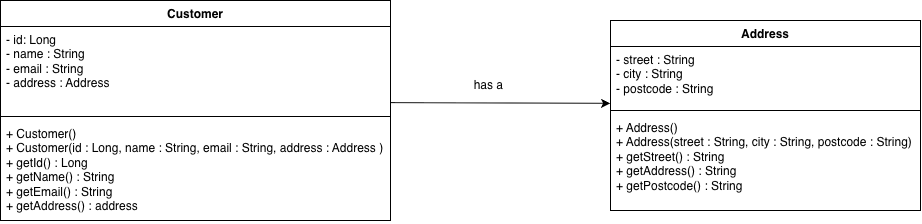
This is docs/uml/CustomerAddress.png from Onija-Dissanayake/products-api, a draw.io export, as it was before one commit. Source tidied: cells renumbered, new cells last; positions are measured from the earlier drawing's top-left corner, leaving out a move shared by most shapes. Source of this version:
```xml
<mxGraphModel>
  <root>
    <mxCell id="0" />
    <mxCell id="1" parent="0" />
    <mxCell id="2" value="Customer" style="swimlane;fontStyle=1;align=center;verticalAlign=top;horizontal=1;startSize=26;whiteSpace=wrap;html=1;" parent="1" vertex="1">
      <mxGeometry width="390" height="220" as="geometry" />
    </mxCell>
    <mxCell id="3" value="- id: Long&lt;div&gt;- name : String&lt;/div&gt;&lt;div&gt;- email : String&lt;/div&gt;&lt;div&gt;- address : Address&lt;/div&gt;" style="text;strokeColor=none;fillColor=none;align=left;verticalAlign=top;spacingLeft=4;spacingRight=4;overflow=hidden;points=[[0,0.5],[1,0.5]];portConstraint=eastwest;whiteSpace=wrap;html=1;" parent="2" vertex="1">
      <mxGeometry y="26" width="390" height="86" as="geometry" />
    </mxCell>
    <mxCell id="4" style="line;strokeWidth=1;fillColor=none;align=left;verticalAlign=middle;spacingTop=-1;spacingLeft=3;spacingRight=3;labelPosition=right;strokeColor=inherit;labelPerimeter=1;" parent="2" vertex="1">
      <mxGeometry y="112" width="390" height="8" as="geometry" />
    </mxCell>
    <mxCell id="5" value="+ Customer()&lt;div&gt;+ Customer(id : Long, name : String, email : String, address : Address )&lt;/div&gt;&lt;div&gt;+ getId() : Long&lt;/div&gt;&lt;div&gt;+ getName() : String&amp;nbsp;&lt;/div&gt;&lt;div&gt;+ getEmail() : String&lt;/div&gt;&lt;div&gt;+ getAddress() : address&lt;br&gt;&lt;div&gt;&lt;br&gt;&lt;/div&gt;&lt;/div&gt;" style="text;strokeColor=none;fillColor=none;align=left;verticalAlign=top;spacingLeft=4;spacingRight=4;overflow=hidden;whiteSpace=wrap;html=1;" parent="2" vertex="1">
      <mxGeometry y="120" width="390" height="100" as="geometry" />
    </mxCell>
    <mxCell id="6" value="Address" style="swimlane;fontStyle=1;align=center;verticalAlign=top;horizontal=1;startSize=26;whiteSpace=wrap;html=1;" parent="1" vertex="1">
      <mxGeometry x="610" y="20" width="310" height="190" as="geometry" />
    </mxCell>
    <mxCell id="7" value="- street : String&lt;div&gt;- city : String&lt;/div&gt;&lt;div&gt;- postcode : String&lt;/div&gt;&lt;div&gt;&lt;br&gt;&lt;/div&gt;&lt;div&gt;&lt;br&gt;&lt;/div&gt;&lt;div&gt;&lt;br&gt;&lt;div&gt;&lt;br&gt;&lt;/div&gt;&lt;/div&gt;" style="text;strokeColor=none;fillColor=none;align=left;verticalAlign=top;spacingLeft=4;spacingRight=4;overflow=hidden;points=[[0,0.5],[1,0.5]];portConstraint=eastwest;whiteSpace=wrap;html=1;" parent="6" vertex="1">
      <mxGeometry y="26" width="310" height="60" as="geometry" />
    </mxCell>
    <mxCell id="8" style="line;strokeWidth=1;fillColor=none;align=left;verticalAlign=middle;spacingTop=-1;spacingLeft=3;spacingRight=3;labelPosition=right;strokeColor=inherit;labelPerimeter=1;" parent="6" vertex="1">
      <mxGeometry y="86" width="310" height="8" as="geometry" />
    </mxCell>
    <mxCell id="9" value="+ Address()&lt;div&gt;+ Address(street : String, city : String, postcode : String)&lt;/div&gt;&lt;div&gt;+ getStreet() : String&lt;/div&gt;&lt;div&gt;+ getAddress() : String&lt;/div&gt;&lt;div&gt;+ getPostcode() : String&amp;nbsp;&lt;/div&gt;" style="text;strokeColor=none;fillColor=none;align=left;verticalAlign=top;spacingLeft=4;spacingRight=4;overflow=hidden;whiteSpace=wrap;html=1;" parent="6" vertex="1">
      <mxGeometry y="94" width="310" height="96" as="geometry" />
    </mxCell>
    <mxCell id="10" style="endArrow=classic;html=1;rounded=0;strokeColor=default;align=center;verticalAlign=middle;fontFamily=Helvetica;fontSize=11;fontColor=default;labelBackgroundColor=default;defaultLabelBackgroundColor=page;entryX=-0.001;entryY=0.947;entryDx=0;entryDy=0;entryPerimeter=0;exitX=1;exitY=0.885;exitDx=0;exitDy=0;exitPerimeter=0;" parent="1" edge="1" source="3" target="7">
      <mxGeometry relative="1" as="geometry" />
    </mxCell>
    <mxCell id="11" value="has a&amp;nbsp;" style="text;html=1;whiteSpace=wrap;strokeColor=none;fillColor=none;align=center;verticalAlign=middle;rounded=0;" parent="1" vertex="1">
      <mxGeometry x="460" y="70" width="60" height="30" as="geometry" />
    </mxCell>
  </root>
</mxGraphModel>
```
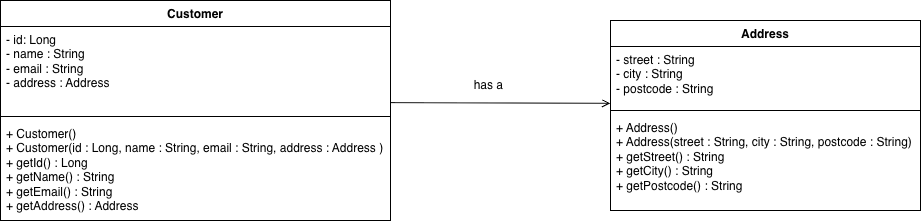
After the commit.

Commit message:
Tutorial 2: fix UML notation in Customer/Address diagram

What changed in the source:
```diff
@@ -11,7 +11,7 @@
     <mxCell id="4" style="line;strokeWidth=1;fillColor=none;align=left;verticalAlign=middle;spacingTop=-1;spacingLeft=3;spacingRight=3;labelPosition=right;strokeColor=inherit;labelPerimeter=1;" parent="2" vertex="1">
       <mxGeometry y="112" width="390" height="8" as="geometry" />
     </mxCell>
-    <mxCell id="5" value="+ Customer()&lt;div&gt;+ Customer(id : Long, name : String, email : String, address : Address )&lt;/div&gt;&lt;div&gt;+ getId() : Long&lt;/div&gt;&lt;div&gt;+ getName() : String&amp;nbsp;&lt;/div&gt;&lt;div&gt;+ getEmail() : String&lt;/div&gt;&lt;div&gt;+ getAddress() : address&lt;br&gt;&lt;div&gt;&lt;br&gt;&lt;/div&gt;&lt;/div&gt;" style="text;strokeColor=none;fillColor=none;align=left;verticalAlign=top;spacingLeft=4;spacingRight=4;overflow=hidden;whiteSpace=wrap;html=1;" parent="2" vertex="1">
+    <mxCell id="5" value="+ Customer()&lt;div&gt;+ Customer(id : Long, name : String, email : String, address : Address )&lt;/div&gt;&lt;div&gt;+ getId() : Long&lt;/div&gt;&lt;div&gt;+ getName() : String&amp;nbsp;&lt;/div&gt;&lt;div&gt;+ getEmail() : String&lt;/div&gt;&lt;div&gt;+ getAddress() : Address&lt;br&gt;&lt;div&gt;&lt;br&gt;&lt;/div&gt;&lt;/div&gt;" style="text;strokeColor=none;fillColor=none;align=left;verticalAlign=top;spacingLeft=4;spacingRight=4;overflow=hidden;whiteSpace=wrap;html=1;" parent="2" vertex="1">
       <mxGeometry y="120" width="390" height="100" as="geometry" />
     </mxCell>
     <mxCell id="6" value="Address" style="swimlane;fontStyle=1;align=center;verticalAlign=top;horizontal=1;startSize=26;whiteSpace=wrap;html=1;" parent="1" vertex="1">
@@ -23,10 +23,10 @@
     <mxCell id="8" style="line;strokeWidth=1;fillColor=none;align=left;verticalAlign=middle;spacingTop=-1;spacingLeft=3;spacingRight=3;labelPosition=right;strokeColor=inherit;labelPerimeter=1;" parent="6" vertex="1">
       <mxGeometry y="86" width="310" height="8" as="geometry" />
     </mxCell>
-    <mxCell id="9" value="+ Address()&lt;div&gt;+ Address(street : String, city : String, postcode : String)&lt;/div&gt;&lt;div&gt;+ getStreet() : String&lt;/div&gt;&lt;div&gt;+ getAddress() : String&lt;/div&gt;&lt;div&gt;+ getPostcode() : String&amp;nbsp;&lt;/div&gt;" style="text;strokeColor=none;fillColor=none;align=left;verticalAlign=top;spacingLeft=4;spacingRight=4;overflow=hidden;whiteSpace=wrap;html=1;" parent="6" vertex="1">
+    <mxCell id="9" value="+ Address()&lt;div&gt;+ Address(street : String, city : String, postcode : String)&lt;/div&gt;&lt;div&gt;+ getStreet() : String&lt;/div&gt;&lt;div&gt;+ getCity() : String&lt;/div&gt;&lt;div&gt;+ getPostcode() : String&amp;nbsp;&lt;/div&gt;" style="text;strokeColor=none;fillColor=none;align=left;verticalAlign=top;spacingLeft=4;spacingRight=4;overflow=hidden;whiteSpace=wrap;html=1;" parent="6" vertex="1">
       <mxGeometry y="94" width="310" height="96" as="geometry" />
     </mxCell>
-    <mxCell id="10" style="endArrow=classic;html=1;rounded=0;strokeColor=default;align=center;verticalAlign=middle;fontFamily=Helvetica;fontSize=11;fontColor=default;labelBackgroundColor=default;defaultLabelBackgroundColor=page;entryX=-0.001;entryY=0.947;entryDx=0;entryDy=0;entryPerimeter=0;exitX=1;exitY=0.885;exitDx=0;exitDy=0;exitPerimeter=0;" parent="1" edge="1" source="3" target="7">
+    <mxCell id="10" style="endArrow=open;html=1;rounded=0;strokeColor=default;align=center;verticalAlign=middle;fontFamily=Helvetica;fontSize=11;fontColor=default;labelBackgroundColor=default;defaultLabelBackgroundColor=page;entryX=-0.001;entryY=0.947;entryDx=0;entryDy=0;entryPerimeter=0;exitX=1;exitY=0.885;exitDx=0;exitDy=0;exitPerimeter=0;endFill=0;" parent="1" edge="1" source="3" target="7">
       <mxGeometry relative="1" as="geometry" />
     </mxCell>
     <mxCell id="11" value="has a&amp;nbsp;" style="text;html=1;whiteSpace=wrap;strokeColor=none;fillColor=none;align=center;verticalAlign=middle;rounded=0;" parent="1" vertex="1">
```
